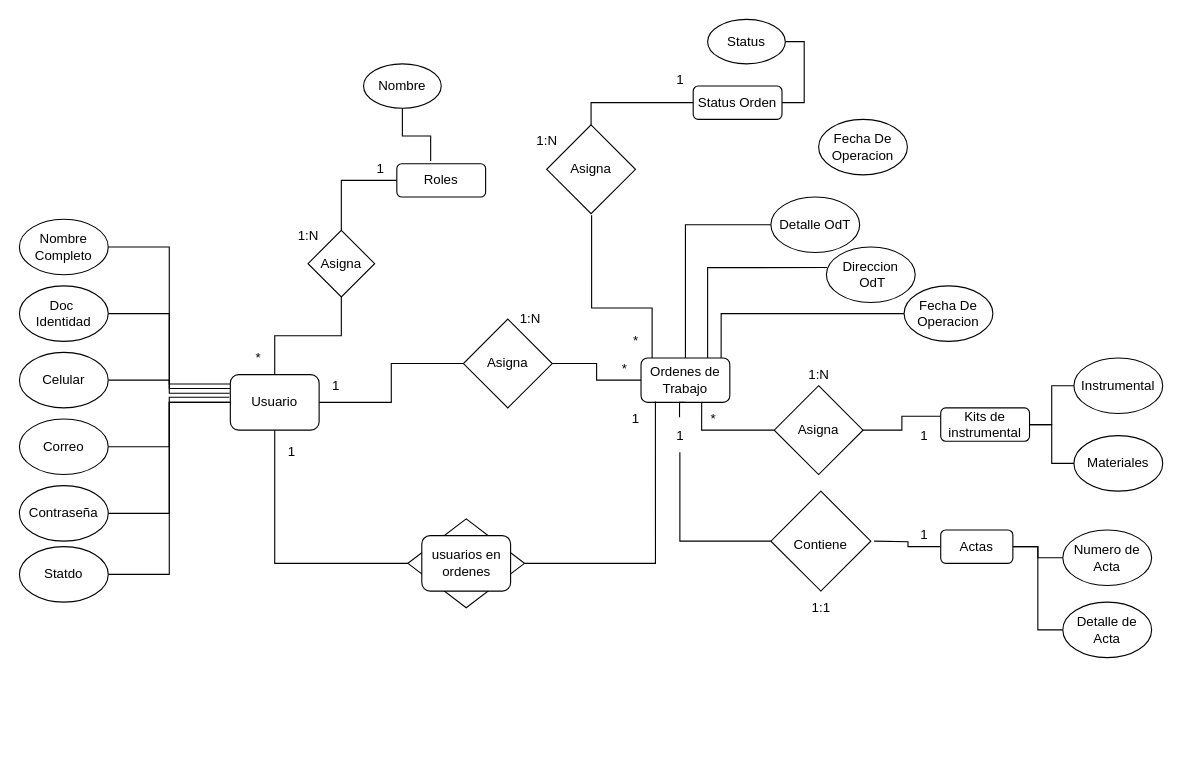
This is Diagrmaa ER.drawio from Jottapar/Curso, a draw.io file, before an edit. Source tidied: cells renumbered, new cells numbered last; positions are measured from the earlier drawing's top-left corner, leaving out a move shared by most shapes. Both pictures are drawn from the tidied source at 111%, with x=0, y=0 at pixel (19, 19).
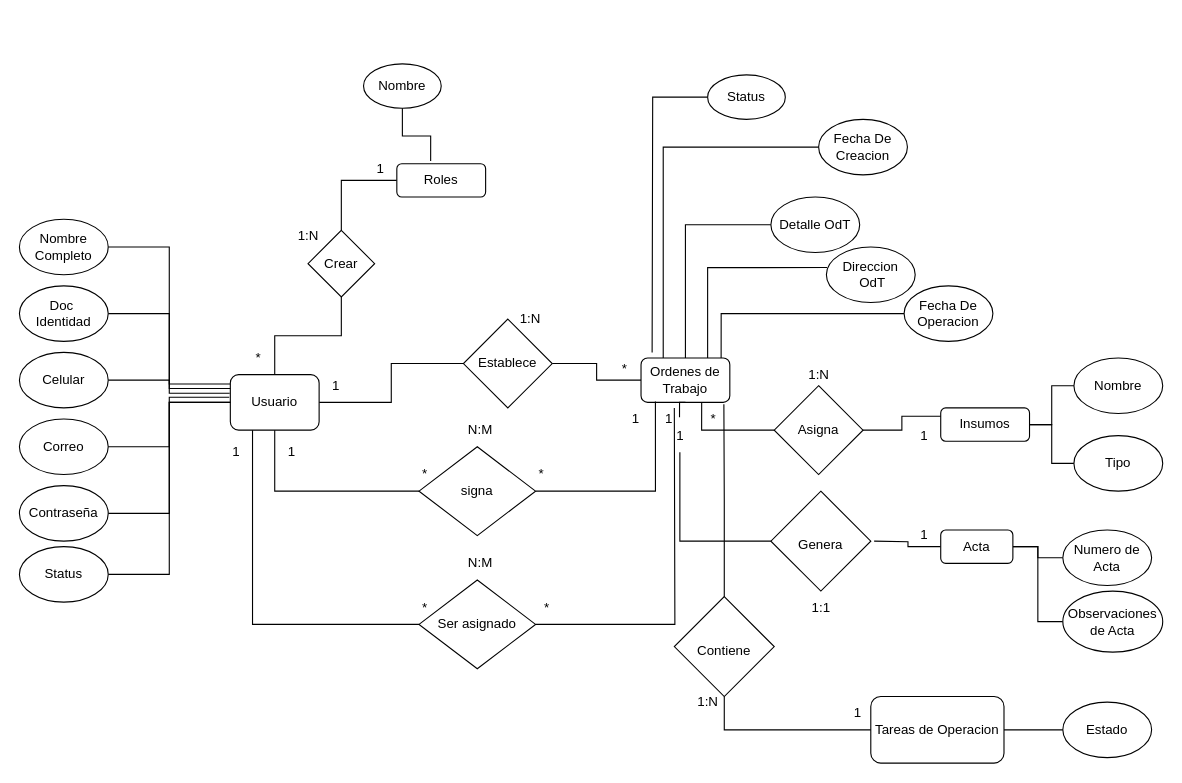
Above is the later version.

Unchanged cells that the change refers to:
```xml
<mxCell id="4" value="Usuario" style="rounded=1;whiteSpace=wrap;html=1;" parent="1" vertex="1">
  <mxGeometry x="190" y="320" width="80" height="50" as="geometry" />
</mxCell>
<mxCell id="10" value="Ordenes de Trabajo" style="rounded=1;whiteSpace=wrap;html=1;" parent="1" vertex="1">
  <mxGeometry x="560" y="305" width="80" height="40" as="geometry" />
</mxCell>
```

Change to the diagram source:
```diff
@@
-    <mxCell id="13" value="Kits de instrumental" style="rounded=1;whiteSpace=wrap;html=1;" parent="1" vertex="1">
+    <mxCell id="13" value="Insumos" style="rounded=1;whiteSpace=wrap;html=1;" parent="1" vertex="1">
       <mxGeometry x="830" y="350" width="80" height="30" as="geometry" />
     </mxCell>
@@
-    <mxCell id="18" value="Actas" style="rounded=1;whiteSpace=wrap;html=1;" parent="1" vertex="1">
+    <mxCell id="18" value="Acta" style="rounded=1;whiteSpace=wrap;html=1;" parent="1" vertex="1">
       <mxGeometry x="830" y="460" width="65" height="30" as="geometry" />
     </mxCell>
@@
-    <mxCell id="31" value="Asigna" style="rhombus;whiteSpace=wrap;html=1;" parent="1" vertex="1">
+    <mxCell id="31" value="Crear" style="rhombus;whiteSpace=wrap;html=1;" parent="1" vertex="1">
       <mxGeometry x="260" y="190" width="60" height="60" as="geometry" />
     </mxCell>
@@
-    <mxCell id="37" value="Asigna" style="rhombus;whiteSpace=wrap;html=1;" parent="1" vertex="1">
+    <mxCell id="37" value="Establece" style="rhombus;whiteSpace=wrap;html=1;" parent="1" vertex="1">
       <mxGeometry x="400" y="270" width="80" height="80" as="geometry" />
     </mxCell>
@@
-    <mxCell id="44" value="Asigna" style="rhombus;whiteSpace=wrap;html=1;" parent="1" vertex="1">
-      <mxGeometry x="475" y="95" width="80" height="80" as="geometry" />
-    </mxCell>
-    <mxCell id="45" style="edgeStyle=orthogonalEdgeStyle;rounded=0;jettySize=auto;html=1;entryX=0.506;entryY=1.017;entryDx=0;entryDy=0;entryPerimeter=0;endArrow=none;endFill=0;" parent="1" edge="1" source="10" target="44">
-      <mxGeometry relative="1" as="geometry">
-        <Array as="points">
-          <mxPoint x="570" y="260" />
-          <mxPoint x="515" y="260" />
-          <mxPoint x="515" y="176" />
-        </Array>
-      </mxGeometry>
-    </mxCell>
-    <mxCell id="46" style="edgeStyle=orthogonalEdgeStyle;rounded=0;jettySize=auto;html=1;entryX=0.5;entryY=0;entryDx=0;entryDy=0;endArrow=none;endFill=0;" parent="1" edge="1" source="47" target="44">
-      <mxGeometry relative="1" as="geometry" />
-    </mxCell>
-    <mxCell id="47" value="Status Orden" style="rounded=1;whiteSpace=wrap;html=1;" parent="1" vertex="1">
-      <mxGeometry x="607" y="60" width="80" height="30" as="geometry" />
-    </mxCell>
+    <mxCell id="76" style="edgeStyle=orthogonalEdgeStyle;rounded=0;jettySize=auto;html=1;endArrow=none;endFill=0;" parent="1" edge="1" source="48">
+      <mxGeometry relative="1" as="geometry">
+        <mxPoint x="570" y="300" as="targetPoint" />
+      </mxGeometry>
+    </mxCell>
     <mxCell id="48" value="Status" style="ellipse;whiteSpace=wrap;html=1;" parent="1" vertex="1">
-      <mxGeometry x="620" width="70" height="40" as="geometry" />
+      <mxGeometry x="620" y="50" width="70" height="40" as="geometry" />
     </mxCell>
-    <mxCell id="49" style="edgeStyle=orthogonalEdgeStyle;rounded=0;jettySize=auto;html=1;endArrow=none;endFill=0;" parent="1" edge="1" source="47">
-      <mxGeometry relative="1" as="geometry">
-        <mxPoint x="690" y="20" as="targetPoint" />
-        <Array as="points">
-          <mxPoint x="707" y="75" />
-          <mxPoint x="707" y="20" />
-        </Array>
-      </mxGeometry>
-    </mxCell>
-    <mxCell id="50" value="1:N" style="text;html=1;align=center;verticalAlign=middle;strokeColor=none;fillColor=none;" parent="1" vertex="1">
-      <mxGeometry x="455" y="95" width="40" height="30" as="geometry" />
-    </mxCell>
-    <mxCell id="51" value="1" style="text;html=1;align=center;verticalAlign=middle;strokeColor=none;fillColor=none;" parent="1" vertex="1">
-      <mxGeometry x="580" y="40" width="30" height="30" as="geometry" />
-    </mxCell>
-    <mxCell id="52" value="*" style="text;html=1;align=center;verticalAlign=middle;strokeColor=none;fillColor=none;" parent="1" vertex="1">
-      <mxGeometry x="540" y="275" width="30" height="30" as="geometry" />
-    </mxCell>
@@
-    <mxCell id="57" value="Instrumental" style="ellipse;whiteSpace=wrap;html=1;" parent="1" vertex="1">
+    <mxCell id="57" value="Nombre" style="ellipse;whiteSpace=wrap;html=1;" parent="1" vertex="1">
       <mxGeometry x="950" y="305" width="80" height="50" as="geometry" />
     </mxCell>
-    <mxCell id="58" value="Materiales" style="ellipse;whiteSpace=wrap;html=1;" parent="1" vertex="1">
+    <mxCell id="58" value="Tipo" style="ellipse;whiteSpace=wrap;html=1;" parent="1" vertex="1">
       <mxGeometry x="950" y="375" width="80" height="50" as="geometry" />
     </mxCell>
@@
-    <mxCell id="64" value="Contiene" style="rhombus;whiteSpace=wrap;html=1;spacingTop=7;" parent="1" vertex="1">
+    <mxCell id="64" value="Genera" style="rhombus;whiteSpace=wrap;html=1;spacingTop=7;" parent="1" vertex="1">
       <mxGeometry x="677" y="425" width="90" height="90" as="geometry" />
     </mxCell>
@@
+    <mxCell id="77" style="edgeStyle=orthogonalEdgeStyle;rounded=0;jettySize=auto;html=1;entryX=0.25;entryY=0;entryDx=0;entryDy=0;endArrow=none;endFill=0;" parent="1" edge="1" source="69" target="10">
+      <mxGeometry relative="1" as="geometry" />
+    </mxCell>
-    <mxCell id="69" value="Fecha De Operacion" style="ellipse;whiteSpace=wrap;html=1;" parent="1" vertex="1">
+    <mxCell id="69" value="Fecha De Creacion" style="ellipse;whiteSpace=wrap;html=1;" parent="1" vertex="1">
       <mxGeometry x="720" y="90" width="80" height="50" as="geometry" />
     </mxCell>
@@
-    <mxCell id="71" value="Detalle de Acta" style="ellipse;whiteSpace=wrap;html=1;" parent="1" vertex="1">
-      <mxGeometry x="940" y="525" width="80" height="50" as="geometry" />
+    <mxCell id="71" value="Observaciones de Acta" style="ellipse;whiteSpace=wrap;html=1;" parent="1" vertex="1">
+      <mxGeometry x="940" y="515" width="90" height="55" as="geometry" />
     </mxCell>
@@
-    <mxCell id="73" value="Statdo" style="ellipse;whiteSpace=wrap;html=1;" parent="1" vertex="1">
+    <mxCell id="73" value="Status" style="ellipse;whiteSpace=wrap;html=1;" parent="1" vertex="1">
       <mxGeometry y="475" width="80" height="50" as="geometry" />
     </mxCell>
-    <mxCell id="74" style="rhombus;whiteSpace=wrap;html=1;" parent="1" vertex="1">
-      <mxGeometry x="350" y="450" width="105" height="80" as="geometry" />
+    <mxCell id="74" value="signa" style="rhombus;whiteSpace=wrap;html=1;" parent="1" vertex="1">
+      <mxGeometry x="360" y="385" width="105" height="80" as="geometry" />
     </mxCell>
-    <mxCell id="75" value="usuarios en ordenes" style="rounded=1;whiteSpace=wrap;html=1;" parent="1" vertex="1">
-      <mxGeometry x="362.5" y="465" width="80" height="50" as="geometry" />
-    </mxCell>
+    <mxCell id="78" value="*" style="text;html=1;align=center;verticalAlign=middle;strokeColor=none;fillColor=none;" parent="1" vertex="1">
+      <mxGeometry x="350" y="395" width="30" height="30" as="geometry" />
+    </mxCell>
+    <mxCell id="79" value="*" style="text;html=1;align=center;verticalAlign=middle;strokeColor=none;fillColor=none;" parent="1" vertex="1">
+      <mxGeometry x="455" y="395" width="30" height="30" as="geometry" />
+    </mxCell>
+    <mxCell id="80" value="N:M" style="text;html=1;align=center;verticalAlign=middle;strokeColor=none;fillColor=none;" parent="1" vertex="1">
+      <mxGeometry x="390" y="355" width="50" height="30" as="geometry" />
+    </mxCell>
+    <mxCell id="81" style="edgeStyle=orthogonalEdgeStyle;rounded=0;jettySize=auto;html=1;entryX=0.25;entryY=1;entryDx=0;entryDy=0;endArrow=none;endFill=0;" parent="1" edge="1" source="83" target="4">
+      <mxGeometry relative="1" as="geometry" />
+    </mxCell>
+    <mxCell id="82" style="edgeStyle=orthogonalEdgeStyle;rounded=0;jettySize=auto;html=1;endArrow=none;endFill=0;" parent="1" edge="1" source="83">
+      <mxGeometry relative="1" as="geometry">
+        <mxPoint x="590" y="350" as="targetPoint" />
+      </mxGeometry>
+    </mxCell>
+    <mxCell id="83" value="Ser asignado" style="rhombus;whiteSpace=wrap;html=1;" parent="1" vertex="1">
+      <mxGeometry x="360" y="505" width="105" height="80" as="geometry" />
+    </mxCell>
+    <mxCell id="84" value="*" style="text;html=1;align=center;verticalAlign=middle;strokeColor=none;fillColor=none;" parent="1" vertex="1">
+      <mxGeometry x="350" y="515" width="30" height="30" as="geometry" />
+    </mxCell>
+    <mxCell id="85" value="N:M" style="text;html=1;align=center;verticalAlign=middle;strokeColor=none;fillColor=none;" parent="1" vertex="1">
+      <mxGeometry x="390" y="475" width="50" height="30" as="geometry" />
+    </mxCell>
+    <mxCell id="86" value="1" style="text;html=1;align=center;verticalAlign=middle;strokeColor=none;fillColor=none;" parent="1" vertex="1">
+      <mxGeometry x="180" y="375" width="30" height="30" as="geometry" />
+    </mxCell>
+    <mxCell id="87" value="1" style="text;html=1;align=center;verticalAlign=middle;strokeColor=none;fillColor=none;" parent="1" vertex="1">
+      <mxGeometry x="570" y="345" width="30" height="30" as="geometry" />
+    </mxCell>
+    <mxCell id="88" value="*" style="text;html=1;align=center;verticalAlign=middle;strokeColor=none;fillColor=none;" parent="1" vertex="1">
+      <mxGeometry x="460" y="515" width="30" height="30" as="geometry" />
+    </mxCell>
+    <mxCell id="89" value="Estado" style="ellipse;whiteSpace=wrap;html=1;" parent="1" vertex="1">
+      <mxGeometry x="940" y="615" width="80" height="50" as="geometry" />
+    </mxCell>
+    <mxCell id="90" style="edgeStyle=orthogonalEdgeStyle;rounded=0;jettySize=auto;html=1;entryX=0;entryY=0.5;entryDx=0;entryDy=0;endArrow=none;endFill=0;" parent="1" edge="1" source="91" target="89">
+      <mxGeometry relative="1" as="geometry" />
+    </mxCell>
+    <mxCell id="91" value="Tareas de Operacion" style="rounded=1;whiteSpace=wrap;html=1;" parent="1" vertex="1">
+      <mxGeometry x="767" y="610" width="120" height="60" as="geometry" />
+    </mxCell>
+    <mxCell id="92" style="edgeStyle=orthogonalEdgeStyle;rounded=0;jettySize=auto;html=1;endArrow=none;endFill=0;entryX=0.5;entryY=1;entryDx=0;entryDy=0;" parent="1" edge="1" source="91" target="93">
+      <mxGeometry relative="1" as="geometry" />
+    </mxCell>
+    <mxCell id="93" value="Contiene" style="rhombus;whiteSpace=wrap;html=1;spacingTop=7;" parent="1" vertex="1">
+      <mxGeometry x="590" y="520" width="90" height="90" as="geometry" />
+    </mxCell>
+    <mxCell id="94" style="edgeStyle=orthogonalEdgeStyle;rounded=0;jettySize=auto;html=1;entryX=0.933;entryY=1.042;entryDx=0;entryDy=0;entryPerimeter=0;endArrow=none;endFill=0;" parent="1" edge="1" source="93" target="10">
+      <mxGeometry relative="1" as="geometry" />
+    </mxCell>
+    <mxCell id="95" value="1" style="text;html=1;align=center;verticalAlign=middle;strokeColor=none;fillColor=none;" parent="1" vertex="1">
+      <mxGeometry x="740" y="610" width="30" height="30" as="geometry" />
+    </mxCell>
+    <mxCell id="50" value="1:N" style="text;html=1;align=center;verticalAlign=middle;strokeColor=none;fillColor=none;" parent="1" vertex="1">
+      <mxGeometry x="600" y="600" width="40" height="30" as="geometry" />
+    </mxCell>
```
